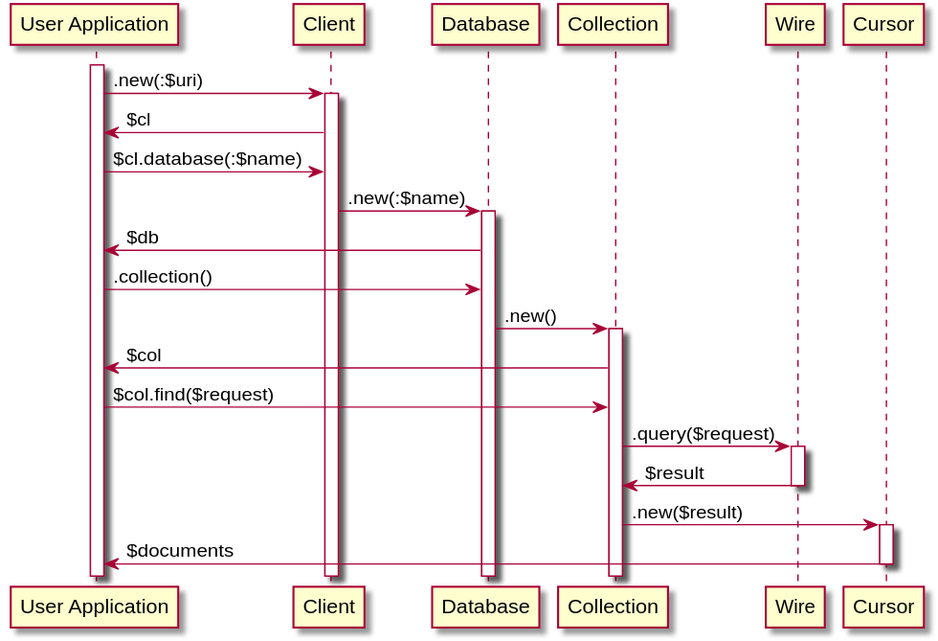
Before: docs/images/uml/DBIO-interact02.svg, a diagram exported from PlantUML (MARTIMM/raku-mongodb-driver). Source of this version:
```plantuml
@startuml

skinparam sequence {
  LifeLineBackgroundColor #fff
}

participant "User Application" as Application
activate Application

participant Client
participant Database
participant Collection
participant Wire
participant Cursor

Application -> Client : .new(:$uri)
activate Client
Client -> Application : $cl
Application -> Client : $cl.database(:$name)
Client -> Database : .new(:$name)
activate Database
Database -> Application : $db

Application -> Database: .collection()
Database -> Collection: .new()
activate Collection
Collection -> Application: $col

Application -> Collection: $col.find($request)

Collection -> Wire: .query($request)
activate Wire
Wire -> Collection: $result
deactivate Wire

Collection -> Cursor: .new($result)
activate Cursor


Cursor -> Application: $documents
deactivate Cursor


@enduml
```
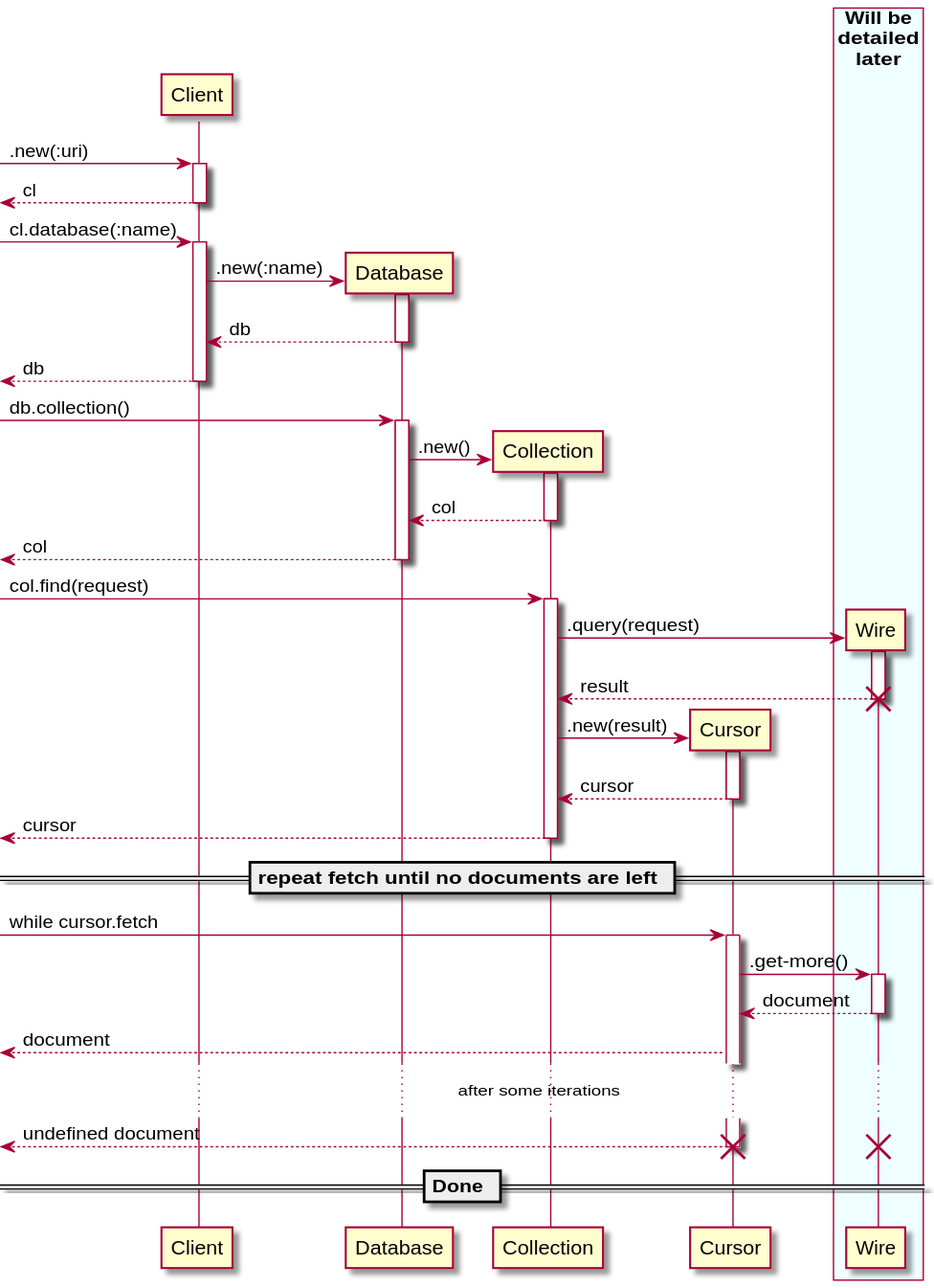
Later version of the same file.

Diff of the diagram source:
```diff
@@ -4,41 +4,57 @@
   LifeLineBackgroundColor #fff
 }
 
-participant "User Application" as Application
-activate Application
 
 participant Client
 participant Database
 participant Collection
-participant Wire
 participant Cursor
+box "Will be\ndetailed\nlater" #efffff
+  participant Wire
+end box
 
-Application -> Client : .new(:$uri)
-activate Client
-Client -> Application : $cl
-Application -> Client : $cl.database(:$name)
-Client -> Database : .new(:$name)
-activate Database
-Database -> Application : $db
+-> Client ++: .new(:uri)
+create Client
+return cl
 
-Application -> Database: .collection()
-Database -> Collection: .new()
-activate Collection
-Collection -> Application: $col
+-> Client ++: cl.database(:name)
+create Database
+Client -> Database ++: .new(:name)
+return db
+return db
 
-Application -> Collection: $col.find($request)
+-> Database ++: db.collection()
 
-Collection -> Wire: .query($request)
-activate Wire
-Wire -> Collection: $result
-deactivate Wire
+create Collection
+Database -> Collection ++: .new()
+return col
+return col
 
-Collection -> Cursor: .new($result)
-activate Cursor
+-> Collection ++: col.find(request)
 
+create Wire
+Collection -> Wire ++: .query(request)
+return result
+destroy Wire
 
-Cursor -> Application: $documents
-deactivate Cursor
+create Cursor
+Collection -> Cursor ++: .new(result)
+return cursor
+return cursor
 
+== repeat fetch until no documents are left ==
+-> Cursor ++: while cursor.fetch
+Cursor -> Wire ++: .get-more()
+return document
+<-- Cursor: document
+
+... after some iterations ...
+<-- Cursor: undefined document
+
+destroy Cursor
+
+== Done ==
+
+destroy Wire
 
 @enduml
```
